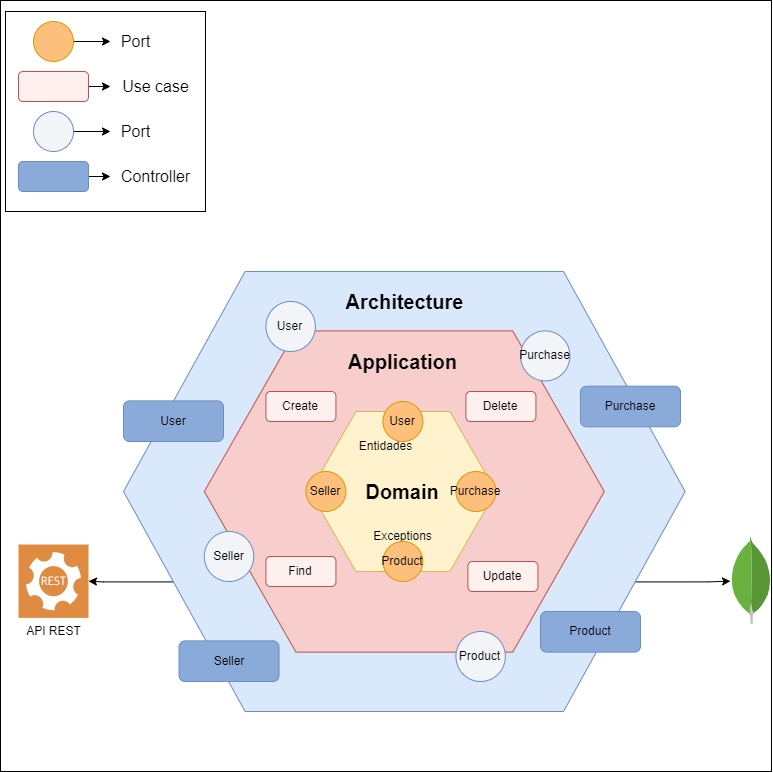
This is doc/Hexagonal architecture.png from MauroB3/meli-hex-arq, a draw.io export, as it was before one commit. Source tidied: cells renumbered, new cells last; positions are measured from the earlier drawing's top-left corner, leaving out a move shared by most shapes.
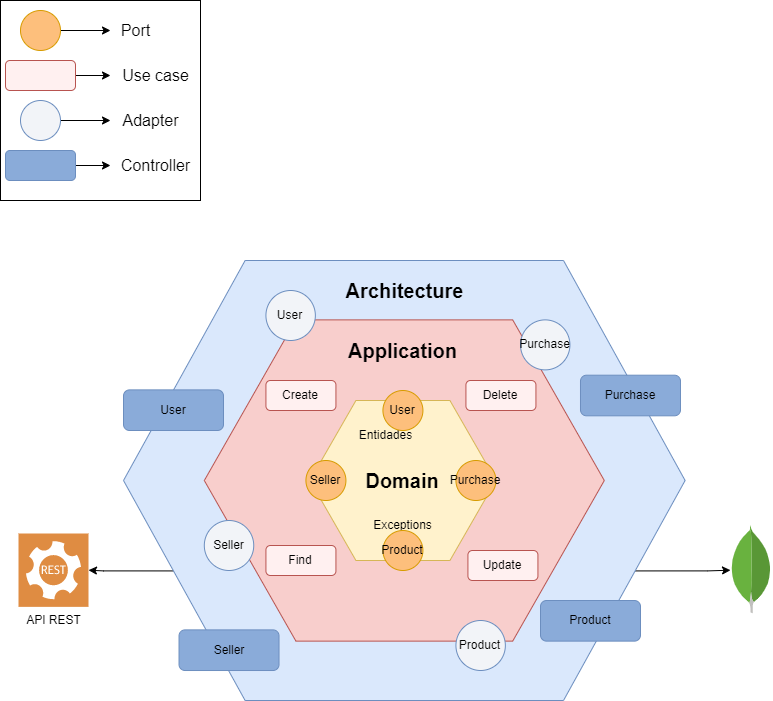
After the commit.

Commit message:
corrijo typo en diagrama

Diff of the diagram source:
```diff
@@ -2,11 +2,8 @@
   <root>
     <mxCell id="0" />
     <mxCell id="1" parent="0" />
-    <mxCell id="2" style="whiteSpace=wrap;html=1;" parent="1" vertex="1">
-      <mxGeometry width="771" height="771" as="geometry" />
-    </mxCell>
     <mxCell id="3" style="whiteSpace=wrap;html=1;" parent="1" vertex="1">
-      <mxGeometry x="5" y="11" width="200" height="200" as="geometry" />
+      <mxGeometry y="11" width="200" height="200" as="geometry" />
     </mxCell>
     <mxCell id="4" style="edgeStyle=orthogonalEdgeStyle;rounded=0;jettySize=auto;html=1;exitX=1;exitY=0.75;exitDx=0;exitDy=0;" parent="1" edge="1" source="6" target="41">
       <mxGeometry relative="1" as="geometry" />
@@ -45,7 +42,7 @@
       <mxGeometry relative="1" as="geometry" />
     </mxCell>
     <mxCell id="16" style="ellipse;whiteSpace=wrap;html=1;fillColor=#fdbf7c;strokeColor=#d79b00;" parent="1" vertex="1">
-      <mxGeometry x="33" y="21" width="40" height="40" as="geometry" />
+      <mxGeometry x="20" y="21" width="40" height="40" as="geometry" />
     </mxCell>
     <mxCell id="17" value="&lt;span style=&quot;font-size: 16px;&quot;&gt;Port&lt;/span&gt;" style="text;html=1;align=center;verticalAlign=middle;points=[];strokeColor=none;fillColor=none;" parent="1" vertex="1">
       <mxGeometry x="110" y="26" width="50" height="30" as="geometry" />
@@ -62,7 +59,7 @@
       </mxGeometry>
     </mxCell>
     <mxCell id="21" style="rounded=1;whiteSpace=wrap;html=1;fillColor=#FFF0F0;strokeColor=#b85450;" parent="1" vertex="1">
-      <mxGeometry x="18" y="71" width="70" height="30" as="geometry" />
+      <mxGeometry x="5" y="71" width="70" height="30" as="geometry" />
     </mxCell>
     <mxCell id="22" value="&lt;span style=&quot;font-size: 16px;&quot;&gt;Use case&lt;/span&gt;" style="text;html=1;align=center;verticalAlign=middle;strokeColor=none;fillColor=none;" parent="1" vertex="1">
       <mxGeometry x="110" y="71" width="90" height="30" as="geometry" />
@@ -83,10 +80,10 @@
       <mxGeometry relative="1" as="geometry" />
     </mxCell>
     <mxCell id="28" style="ellipse;whiteSpace=wrap;html=1;fillColor=#f2f4f8;strokeColor=#6c8ebf;" parent="1" vertex="1">
-      <mxGeometry x="33" y="111" width="40" height="40" as="geometry" />
+      <mxGeometry x="20" y="111" width="40" height="40" as="geometry" />
     </mxCell>
-    <mxCell id="29" value="&lt;span style=&quot;font-size: 16px;&quot;&gt;Port&lt;/span&gt;" style="text;html=1;align=center;verticalAlign=middle;points=[];strokeColor=none;fillColor=none;" parent="1" vertex="1">
-      <mxGeometry x="110" y="116" width="50" height="30" as="geometry" />
+    <mxCell id="29" value="&lt;span style=&quot;font-size: 16px;&quot;&gt;Adapter&lt;/span&gt;" style="text;html=1;align=center;verticalAlign=middle;points=[];strokeColor=none;fillColor=none;" parent="1" vertex="1">
+      <mxGeometry x="110" y="116" width="80" height="30" as="geometry" />
     </mxCell>
     <mxCell id="30" value="User" style="ellipse;whiteSpace=wrap;html=1;fillColor=#f2f4f8;strokeColor=#6c8ebf;" parent="1" vertex="1">
       <mxGeometry x="265.4" y="301" width="49.4" height="50" as="geometry" />
@@ -106,7 +103,7 @@
       </mxGeometry>
     </mxCell>
     <mxCell id="35" style="rounded=1;whiteSpace=wrap;html=1;fillColor=#8AABD9;strokeColor=#6c8ebf;" parent="1" vertex="1">
-      <mxGeometry x="18" y="161" width="70" height="30" as="geometry" />
+      <mxGeometry x="5" y="161" width="70" height="30" as="geometry" />
     </mxCell>
     <mxCell id="36" value="&lt;span style=&quot;font-size: 16px;&quot;&gt;Controller&lt;/span&gt;" style="text;html=1;align=center;verticalAlign=middle;" parent="1" vertex="1">
       <mxGeometry x="110" y="161" width="90" height="30" as="geometry" />
```
